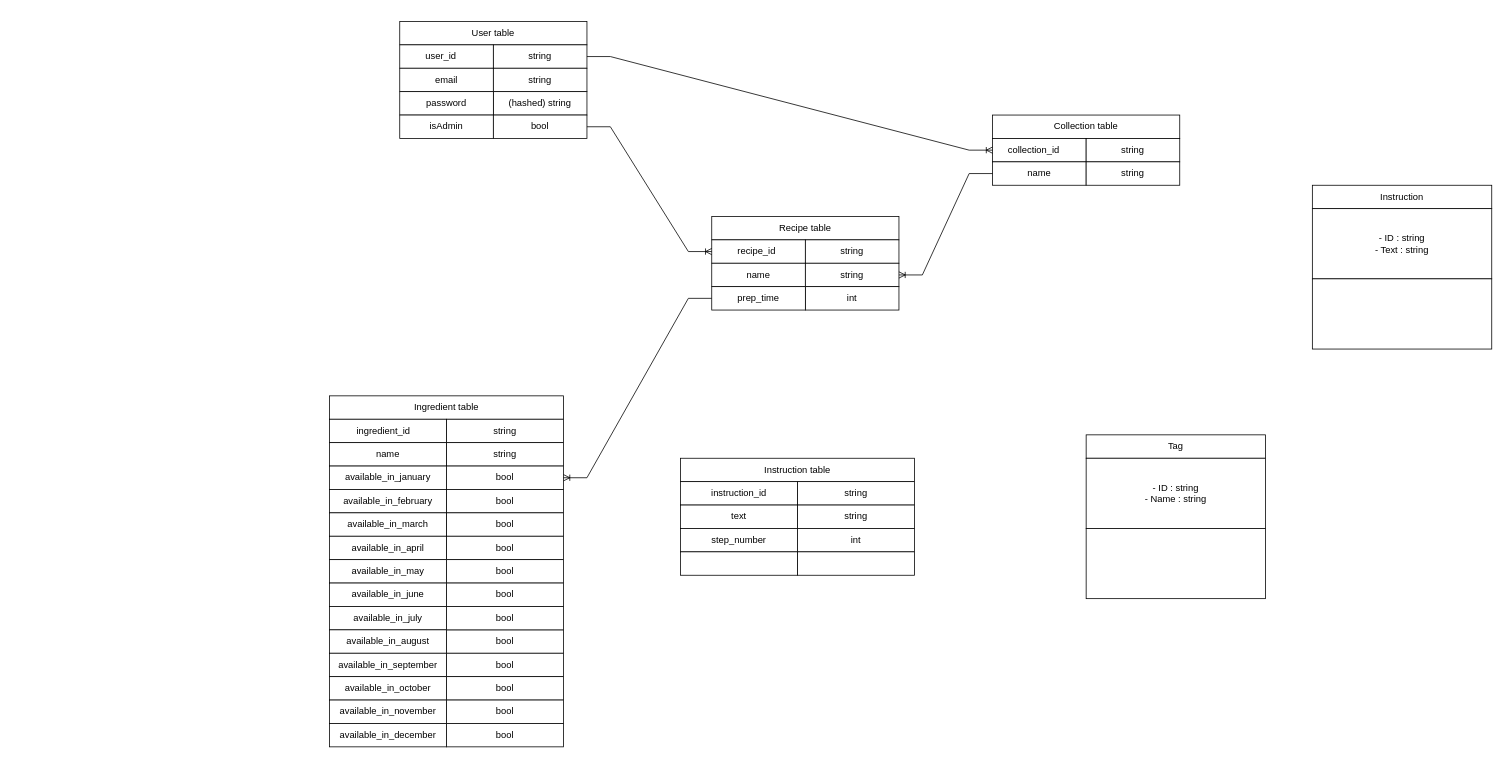
jmitchell35/holbertonschool-portfolio_project keeps this draw.io diagram as part3/5_components_-_classes_-_database_design/ERDiagram.drawio. Above is the earlier version. Source tidied: cells renumbered, new cells numbered last; positions are measured from the earlier drawing's top-left corner, leaving out a move shared by most shapes. Both pictures are drawn from the tidied source at 78%, with x=0, y=0 at pixel (329, 13).
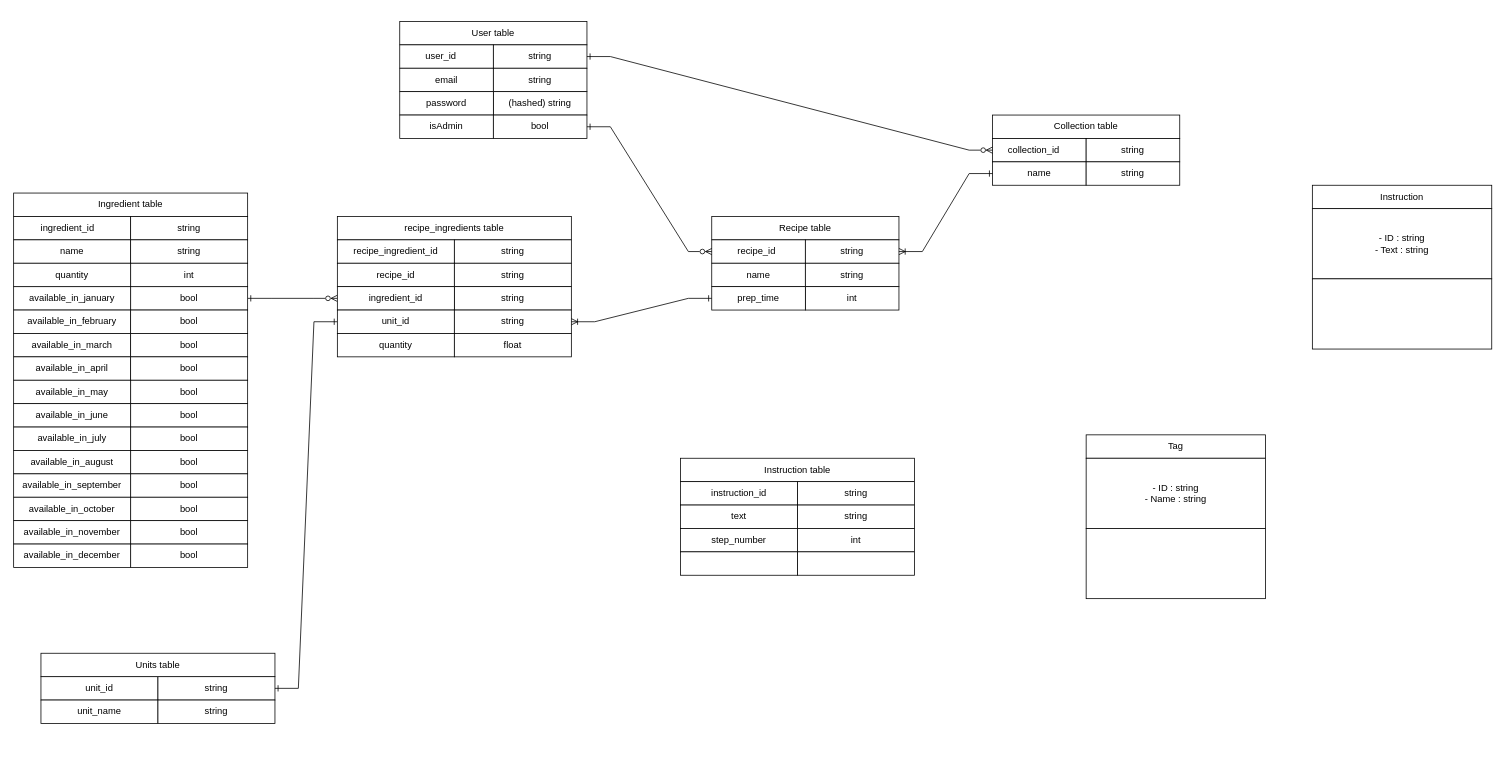
The same diagram, later.

The change refers to these unchanged cells:
```xml
<mxCell id="15" value="string" style="rounded=0;whiteSpace=wrap;html=1;" parent="12" vertex="1">
  <mxGeometry x="20" y="40" width="120" height="30" as="geometry" />
</mxCell>
<mxCell id="21" value="bool" style="rounded=0;whiteSpace=wrap;html=1;" parent="12" vertex="1">
  <mxGeometry x="20" y="130" width="120" height="30" as="geometry" />
</mxCell>
<mxCell id="24" value="collection_id&lt;span style=&quot;white-space: pre;&quot;&gt;&#9;&lt;/span&gt;" style="rounded=0;whiteSpace=wrap;html=1;" parent="22" vertex="1">
  <mxGeometry y="30" width="120" height="30" as="geometry" />
</mxCell>
<mxCell id="26" value="name" style="rounded=0;whiteSpace=wrap;html=1;" parent="22" vertex="1">
  <mxGeometry y="60" width="120" height="30" as="geometry" />
</mxCell>
<mxCell id="31" value="recipe_id&lt;span style=&quot;white-space: pre;&quot;&gt;&#9;&lt;/span&gt;" style="rounded=0;whiteSpace=wrap;html=1;" parent="29" vertex="1">
  <mxGeometry y="30" width="120" height="30" as="geometry" />
</mxCell>
<mxCell id="32" value="string" style="rounded=0;whiteSpace=wrap;html=1;" parent="29" vertex="1">
  <mxGeometry x="120" y="30" width="120" height="30" as="geometry" />
</mxCell>
<mxCell id="34" value="string" style="rounded=0;whiteSpace=wrap;html=1;" parent="29" vertex="1">
  <mxGeometry x="120" y="60" width="120" height="30" as="geometry" />
</mxCell>
<mxCell id="36" value="prep_time" style="rounded=0;whiteSpace=wrap;html=1;" parent="29" vertex="1">
  <mxGeometry y="90" width="120" height="30" as="geometry" />
</mxCell>
```

Change to the diagram source:
```diff
@@
-    <mxCell id="28" style="edgeStyle=entityRelationEdgeStyle;fontSize=12;html=1;endArrow=ERoneToMany;rounded=0;exitX=1;exitY=0.5;exitDx=0;exitDy=0;entryX=0;entryY=0.5;entryDx=0;entryDy=0;" parent="1" edge="1" source="15" target="24">
+    <mxCell id="28" style="edgeStyle=entityRelationEdgeStyle;fontSize=12;html=1;endArrow=ERzeroToMany;rounded=0;exitX=1;exitY=0.5;exitDx=0;exitDy=0;entryX=0;entryY=0.5;entryDx=0;entryDy=0;startArrow=ERone;startFill=0;endFill=0;" parent="1" edge="1" source="15" target="24">
       <mxGeometry relative="1" as="geometry" />
     </mxCell>
@@
-    <mxCell id="37" style="edgeStyle=entityRelationEdgeStyle;fontSize=12;html=1;endArrow=ERoneToMany;rounded=0;exitX=0;exitY=0.5;exitDx=0;exitDy=0;entryX=1;entryY=0.5;entryDx=0;entryDy=0;" parent="1" edge="1" source="26" target="34">
+    <mxCell id="37" style="edgeStyle=entityRelationEdgeStyle;fontSize=12;html=1;endArrow=ERoneToMany;rounded=0;exitX=0;exitY=0.5;exitDx=0;exitDy=0;entryX=1;entryY=0.5;entryDx=0;entryDy=0;startArrow=ERone;startFill=0;" parent="1" edge="1" source="26" target="32">
       <mxGeometry relative="1" as="geometry" />
     </mxCell>
-    <mxCell id="38" style="edgeStyle=entityRelationEdgeStyle;fontSize=12;html=1;endArrow=ERoneToMany;rounded=0;exitX=1;exitY=0.5;exitDx=0;exitDy=0;entryX=0;entryY=0.5;entryDx=0;entryDy=0;" parent="1" edge="1" source="21" target="31">
+    <mxCell id="38" style="edgeStyle=entityRelationEdgeStyle;fontSize=12;html=1;endArrow=ERzeroToMany;rounded=0;exitX=1;exitY=0.5;exitDx=0;exitDy=0;entryX=0;entryY=0.5;entryDx=0;entryDy=0;startArrow=ERone;startFill=0;endFill=0;" parent="1" edge="1" source="21" target="31">
       <mxGeometry relative="1" as="geometry" />
     </mxCell>
-    <mxCell id="39" style="group;" parent="1" vertex="1">
-      <mxGeometry y="490" width="300" height="450" as="geometry" />
-    </mxCell>
+    <mxCell id="70" style="edgeStyle=entityRelationEdgeStyle;fontSize=12;html=1;endArrow=ERone;rounded=0;exitX=0;exitY=0.5;exitDx=0;exitDy=0;entryX=1;entryY=0.5;entryDx=0;entryDy=0;startArrow=ERzeroToMany;startFill=0;endFill=0;" parent="1" edge="1" source="95" target="46">
+      <mxGeometry relative="1" as="geometry" />
+    </mxCell>
+    <mxCell id="71" style="group;" parent="1" vertex="1">
+      <mxGeometry x="450" y="570" width="300" height="150" as="geometry" />
+    </mxCell>
+    <mxCell id="72" value="Instruction table" style="rounded=0;whiteSpace=wrap;html=1;" parent="71" vertex="1">
+      <mxGeometry width="300" height="30" as="geometry" />
+    </mxCell>
+    <mxCell id="73" value="instruction_id" style="rounded=0;whiteSpace=wrap;html=1;" parent="71" vertex="1">
+      <mxGeometry y="30" width="150" height="30" as="geometry" />
+    </mxCell>
+    <mxCell id="74" value="string" style="rounded=0;whiteSpace=wrap;html=1;" parent="71" vertex="1">
+      <mxGeometry x="150" y="30" width="150" height="30" as="geometry" />
+    </mxCell>
+    <mxCell id="75" value="text" style="rounded=0;whiteSpace=wrap;html=1;" parent="71" vertex="1">
+      <mxGeometry y="60" width="150" height="30" as="geometry" />
+    </mxCell>
+    <mxCell id="76" value="string" style="rounded=0;whiteSpace=wrap;html=1;" parent="71" vertex="1">
+      <mxGeometry x="150" y="60" width="150" height="30" as="geometry" />
+    </mxCell>
+    <mxCell id="77" value="int" style="rounded=0;whiteSpace=wrap;html=1;" parent="71" vertex="1">
+      <mxGeometry x="150" y="90" width="150" height="30" as="geometry" />
+    </mxCell>
+    <mxCell id="78" value="step_number" style="rounded=0;whiteSpace=wrap;html=1;" parent="71" vertex="1">
+      <mxGeometry y="90" width="150" height="30" as="geometry" />
+    </mxCell>
+    <mxCell id="79" style="rounded=0;whiteSpace=wrap;html=1;" parent="71" vertex="1">
+      <mxGeometry y="120" width="150" height="30" as="geometry" />
+    </mxCell>
+    <mxCell id="80" style="rounded=0;whiteSpace=wrap;html=1;" parent="71" vertex="1">
+      <mxGeometry x="150" y="120" width="150" height="30" as="geometry" />
+    </mxCell>
+    <mxCell id="81" style="group;" parent="1" vertex="1">
+      <mxGeometry x="-370" y="820" width="300" height="150" as="geometry" />
+    </mxCell>
+    <mxCell id="82" value="unit_id" style="rounded=0;whiteSpace=wrap;html=1;" parent="81" vertex="1">
+      <mxGeometry y="30" width="150" height="30" as="geometry" />
+    </mxCell>
+    <mxCell id="83" value="string" style="rounded=0;whiteSpace=wrap;html=1;" parent="81" vertex="1">
+      <mxGeometry x="150" y="30" width="150" height="30" as="geometry" />
+    </mxCell>
+    <mxCell id="84" value="unit_name" style="rounded=0;whiteSpace=wrap;html=1;" parent="81" vertex="1">
+      <mxGeometry y="60" width="150" height="30" as="geometry" />
+    </mxCell>
+    <mxCell id="85" value="string" style="rounded=0;whiteSpace=wrap;html=1;" parent="81" vertex="1">
+      <mxGeometry x="150" y="60" width="150" height="30" as="geometry" />
+    </mxCell>
+    <mxCell id="86" value="Units table" style="rounded=0;whiteSpace=wrap;html=1;" parent="81" vertex="1">
+      <mxGeometry width="300" height="30" as="geometry" />
+    </mxCell>
+    <mxCell id="87" style="edgeStyle=entityRelationEdgeStyle;fontSize=12;html=1;endArrow=ERone;rounded=0;exitX=0;exitY=0.5;exitDx=0;exitDy=0;entryX=1;entryY=0.5;entryDx=0;entryDy=0;startFill=0;endFill=0;startArrow=ERone;" parent="1" edge="1" source="96" target="83">
+      <mxGeometry relative="1" as="geometry" />
+    </mxCell>
+    <mxCell id="88" style="group;" parent="1" vertex="1">
+      <mxGeometry x="10" y="260" width="300" height="150" as="geometry" />
+    </mxCell>
+    <mxCell id="89" value="recipe_ingredients table" style="rounded=0;whiteSpace=wrap;html=1;" parent="88" vertex="1">
+      <mxGeometry width="300" height="30" as="geometry" />
+    </mxCell>
+    <mxCell id="90" value="recipe_ingredient_id" style="rounded=0;whiteSpace=wrap;html=1;" parent="88" vertex="1">
+      <mxGeometry y="30" width="150" height="30" as="geometry" />
+    </mxCell>
+    <mxCell id="91" value="string" style="rounded=0;whiteSpace=wrap;html=1;" parent="88" vertex="1">
+      <mxGeometry x="150" y="30" width="150" height="30" as="geometry" />
+    </mxCell>
+    <mxCell id="92" value="recipe_id" style="rounded=0;whiteSpace=wrap;html=1;" parent="88" vertex="1">
+      <mxGeometry y="60" width="150" height="30" as="geometry" />
+    </mxCell>
+    <mxCell id="93" value="string" style="rounded=0;whiteSpace=wrap;html=1;" parent="88" vertex="1">
+      <mxGeometry x="150" y="60" width="150" height="30" as="geometry" />
+    </mxCell>
+    <mxCell id="94" value="string" style="rounded=0;whiteSpace=wrap;html=1;" parent="88" vertex="1">
+      <mxGeometry x="150" y="90" width="150" height="30" as="geometry" />
+    </mxCell>
+    <mxCell id="95" value="ingredient_id" style="rounded=0;whiteSpace=wrap;html=1;" parent="88" vertex="1">
+      <mxGeometry y="90" width="150" height="30" as="geometry" />
+    </mxCell>
+    <mxCell id="96" value="unit_id" style="rounded=0;whiteSpace=wrap;html=1;" parent="88" vertex="1">
+      <mxGeometry y="120" width="150" height="30" as="geometry" />
+    </mxCell>
+    <mxCell id="97" value="string" style="rounded=0;whiteSpace=wrap;html=1;" parent="88" vertex="1">
+      <mxGeometry x="150" y="120" width="150" height="30" as="geometry" />
+    </mxCell>
-    <mxCell id="40" style="group;" parent="39" vertex="1">
-      <mxGeometry width="300" height="450" as="geometry" />
+    <mxCell id="40" style="group;" parent="1" vertex="1">
+      <mxGeometry x="-405" y="230" width="300" height="480" as="geometry" />
     </mxCell>
@@
     <mxCell id="46" value="bool" style="rounded=0;whiteSpace=wrap;html=1;" parent="40" vertex="1">
-      <mxGeometry x="150" y="90" width="150" height="30" as="geometry" />
+      <mxGeometry x="150" y="120" width="150" height="30" as="geometry" />
     </mxCell>
     <mxCell id="47" value="available_in_january" style="rounded=0;whiteSpace=wrap;html=1;" parent="40" vertex="1">
-      <mxGeometry y="90" width="150" height="30" as="geometry" />
+      <mxGeometry y="120" width="150" height="30" as="geometry" />
     </mxCell>
     <mxCell id="48" value="available_in_february" style="rounded=0;whiteSpace=wrap;html=1;" parent="40" vertex="1">
-      <mxGeometry y="120" width="150" height="30" as="geometry" />
+      <mxGeometry y="150" width="150" height="30" as="geometry" />
     </mxCell>
     <mxCell id="49" value="available_in_march" style="rounded=0;whiteSpace=wrap;html=1;" parent="40" vertex="1">
-      <mxGeometry y="150" width="150" height="30" as="geometry" />
+      <mxGeometry y="180" width="150" height="30" as="geometry" />
     </mxCell>
     <mxCell id="50" value="available_in_april" style="rounded=0;whiteSpace=wrap;html=1;" parent="40" vertex="1">
-      <mxGeometry y="180" width="150" height="30" as="geometry" />
+      <mxGeometry y="210" width="150" height="30" as="geometry" />
     </mxCell>
     <mxCell id="51" value="bool" style="rounded=0;whiteSpace=wrap;html=1;" parent="40" vertex="1">
-      <mxGeometry x="150" y="120" width="150" height="30" as="geometry" />
+      <mxGeometry x="150" y="150" width="150" height="30" as="geometry" />
     </mxCell>
     <mxCell id="52" value="bool" style="rounded=0;whiteSpace=wrap;html=1;" parent="40" vertex="1">
-      <mxGeometry x="150" y="150" width="150" height="30" as="geometry" />
+      <mxGeometry x="150" y="180" width="150" height="30" as="geometry" />
     </mxCell>
     <mxCell id="53" value="bool" style="rounded=0;whiteSpace=wrap;html=1;" parent="40" vertex="1">
-      <mxGeometry x="150" y="180" width="150" height="30" as="geometry" />
+      <mxGeometry x="150" y="210" width="150" height="30" as="geometry" />
     </mxCell>
     <mxCell id="54" value="bool" style="rounded=0;whiteSpace=wrap;html=1;" parent="40" vertex="1">
-      <mxGeometry x="150" y="210" width="150" height="30" as="geometry" />
+      <mxGeometry x="150" y="240" width="150" height="30" as="geometry" />
     </mxCell>
     <mxCell id="55" value="bool" style="rounded=0;whiteSpace=wrap;html=1;" parent="40" vertex="1">
-      <mxGeometry x="150" y="240" width="150" height="30" as="geometry" />
+      <mxGeometry x="150" y="270" width="150" height="30" as="geometry" />
     </mxCell>
     <mxCell id="56" value="bool" style="rounded=0;whiteSpace=wrap;html=1;" parent="40" vertex="1">
-      <mxGeometry x="150" y="300" width="150" height="30" as="geometry" />
+      <mxGeometry x="150" y="330" width="150" height="30" as="geometry" />
     </mxCell>
     <mxCell id="57" value="bool" style="rounded=0;whiteSpace=wrap;html=1;" parent="40" vertex="1">
-      <mxGeometry x="150" y="330" width="150" height="30" as="geometry" />
+      <mxGeometry x="150" y="360" width="150" height="30" as="geometry" />
     </mxCell>
     <mxCell id="58" value="bool" style="rounded=0;whiteSpace=wrap;html=1;" parent="40" vertex="1">
-      <mxGeometry x="150" y="360" width="150" height="30" as="geometry" />
+      <mxGeometry x="150" y="390" width="150" height="30" as="geometry" />
     </mxCell>
     <mxCell id="59" value="bool" style="rounded=0;whiteSpace=wrap;html=1;" parent="40" vertex="1">
-      <mxGeometry x="150" y="390" width="150" height="30" as="geometry" />
+      <mxGeometry x="150" y="420" width="150" height="30" as="geometry" />
     </mxCell>
     <mxCell id="60" value="bool" style="rounded=0;whiteSpace=wrap;html=1;" parent="40" vertex="1">
-      <mxGeometry x="150" y="420" width="150" height="30" as="geometry" />
+      <mxGeometry x="150" y="450" width="150" height="30" as="geometry" />
     </mxCell>
     <mxCell id="61" value="bool" style="rounded=0;whiteSpace=wrap;html=1;" parent="40" vertex="1">
-      <mxGeometry x="150" y="270" width="150" height="30" as="geometry" />
+      <mxGeometry x="150" y="300" width="150" height="30" as="geometry" />
     </mxCell>
-    <mxCell id="62" value="available_in_may" style="rounded=0;whiteSpace=wrap;html=1;" parent="39" vertex="1">
-      <mxGeometry y="210" width="150" height="30" as="geometry" />
+    <mxCell id="62" value="available_in_may" style="rounded=0;whiteSpace=wrap;html=1;" parent="40" vertex="1">
+      <mxGeometry y="240" width="150" height="30" as="geometry" />
     </mxCell>
-    <mxCell id="63" value="available_in_june" style="rounded=0;whiteSpace=wrap;html=1;" parent="39" vertex="1">
-      <mxGeometry y="240" width="150" height="30" as="geometry" />
+    <mxCell id="63" value="available_in_june" style="rounded=0;whiteSpace=wrap;html=1;" parent="40" vertex="1">
+      <mxGeometry y="270" width="150" height="30" as="geometry" />
     </mxCell>
-    <mxCell id="64" value="available_in_july" style="rounded=0;whiteSpace=wrap;html=1;" parent="39" vertex="1">
-      <mxGeometry y="270" width="150" height="30" as="geometry" />
+    <mxCell id="64" value="available_in_july" style="rounded=0;whiteSpace=wrap;html=1;" parent="40" vertex="1">
+      <mxGeometry y="300" width="150" height="30" as="geometry" />
     </mxCell>
-    <mxCell id="65" value="available_in_august" style="rounded=0;whiteSpace=wrap;html=1;" parent="39" vertex="1">
-      <mxGeometry y="300" width="150" height="30" as="geometry" />
+    <mxCell id="65" value="available_in_august" style="rounded=0;whiteSpace=wrap;html=1;" parent="40" vertex="1">
+      <mxGeometry y="330" width="150" height="30" as="geometry" />
     </mxCell>
-    <mxCell id="66" value="available_in_september" style="rounded=0;whiteSpace=wrap;html=1;" parent="39" vertex="1">
-      <mxGeometry y="330" width="150" height="30" as="geometry" />
+    <mxCell id="66" value="available_in_september" style="rounded=0;whiteSpace=wrap;html=1;" parent="40" vertex="1">
+      <mxGeometry y="360" width="150" height="30" as="geometry" />
     </mxCell>
-    <mxCell id="67" value="available_in_october" style="rounded=0;whiteSpace=wrap;html=1;" parent="39" vertex="1">
-      <mxGeometry y="360" width="150" height="30" as="geometry" />
+    <mxCell id="67" value="available_in_october" style="rounded=0;whiteSpace=wrap;html=1;" parent="40" vertex="1">
+      <mxGeometry y="390" width="150" height="30" as="geometry" />
     </mxCell>
-    <mxCell id="68" value="available_in_november" style="rounded=0;whiteSpace=wrap;html=1;" parent="39" vertex="1">
-      <mxGeometry y="390" width="150" height="30" as="geometry" />
+    <mxCell id="68" value="available_in_november" style="rounded=0;whiteSpace=wrap;html=1;" parent="40" vertex="1">
+      <mxGeometry y="420" width="150" height="30" as="geometry" />
     </mxCell>
-    <mxCell id="69" value="available_in_december" style="rounded=0;whiteSpace=wrap;html=1;" parent="39" vertex="1">
-      <mxGeometry y="420" width="150" height="30" as="geometry" />
+    <mxCell id="69" value="available_in_december" style="rounded=0;whiteSpace=wrap;html=1;" parent="40" vertex="1">
+      <mxGeometry y="450" width="150" height="30" as="geometry" />
     </mxCell>
-    <mxCell id="70" style="edgeStyle=entityRelationEdgeStyle;fontSize=12;html=1;endArrow=ERoneToMany;rounded=0;exitX=0;exitY=0.5;exitDx=0;exitDy=0;entryX=1;entryY=0.5;entryDx=0;entryDy=0;" parent="1" edge="1" source="36" target="46">
-      <mxGeometry relative="1" as="geometry" />
-    </mxCell>
-    <mxCell id="71" style="group;" parent="1" vertex="1">
-      <mxGeometry x="450" y="570" width="300" height="150" as="geometry" />
-    </mxCell>
-    <mxCell id="72" value="Instruction table" style="rounded=0;whiteSpace=wrap;html=1;" parent="71" vertex="1">
-      <mxGeometry width="300" height="30" as="geometry" />
-    </mxCell>
-    <mxCell id="73" value="instruction_id" style="rounded=0;whiteSpace=wrap;html=1;" parent="71" vertex="1">
-      <mxGeometry y="30" width="150" height="30" as="geometry" />
-    </mxCell>
-    <mxCell id="74" value="string" style="rounded=0;whiteSpace=wrap;html=1;" parent="71" vertex="1">
-      <mxGeometry x="150" y="30" width="150" height="30" as="geometry" />
-    </mxCell>
-    <mxCell id="75" value="text" style="rounded=0;whiteSpace=wrap;html=1;" parent="71" vertex="1">
-      <mxGeometry y="60" width="150" height="30" as="geometry" />
-    </mxCell>
-    <mxCell id="76" value="string" style="rounded=0;whiteSpace=wrap;html=1;" parent="71" vertex="1">
-      <mxGeometry x="150" y="60" width="150" height="30" as="geometry" />
-    </mxCell>
-    <mxCell id="77" value="int" style="rounded=0;whiteSpace=wrap;html=1;" parent="71" vertex="1">
-      <mxGeometry x="150" y="90" width="150" height="30" as="geometry" />
-    </mxCell>
-    <mxCell id="78" value="step_number" style="rounded=0;whiteSpace=wrap;html=1;" parent="71" vertex="1">
-      <mxGeometry y="90" width="150" height="30" as="geometry" />
-    </mxCell>
-    <mxCell id="79" style="rounded=0;whiteSpace=wrap;html=1;" parent="71" vertex="1">
-      <mxGeometry y="120" width="150" height="30" as="geometry" />
-    </mxCell>
-    <mxCell id="80" style="rounded=0;whiteSpace=wrap;html=1;" parent="71" vertex="1">
-      <mxGeometry x="150" y="120" width="150" height="30" as="geometry" />
-    </mxCell>
+    <mxCell id="98" value="int" style="rounded=0;whiteSpace=wrap;html=1;" parent="40" vertex="1">
+      <mxGeometry x="150" y="90" width="150" height="30" as="geometry" />
+    </mxCell>
+    <mxCell id="99" value="quantity" style="rounded=0;whiteSpace=wrap;html=1;" parent="40" vertex="1">
+      <mxGeometry y="90" width="150" height="30" as="geometry" />
+    </mxCell>
+    <mxCell id="100" value="quantity" style="rounded=0;whiteSpace=wrap;html=1;" parent="1" vertex="1">
+      <mxGeometry x="10" y="410" width="150" height="30" as="geometry" />
+    </mxCell>
+    <mxCell id="101" value="float" style="rounded=0;whiteSpace=wrap;html=1;" parent="1" vertex="1">
+      <mxGeometry x="160" y="410" width="150" height="30" as="geometry" />
+    </mxCell>
+    <mxCell id="102" style="edgeStyle=entityRelationEdgeStyle;rounded=0;jettySize=auto;html=1;exitX=0;exitY=0.5;exitDx=0;exitDy=0;entryX=1;entryY=0.5;entryDx=0;entryDy=0;endArrow=ERoneToMany;endFill=0;startArrow=ERone;startFill=0;" parent="1" edge="1" source="36" target="97">
+      <mxGeometry relative="1" as="geometry" />
+    </mxCell>
```
